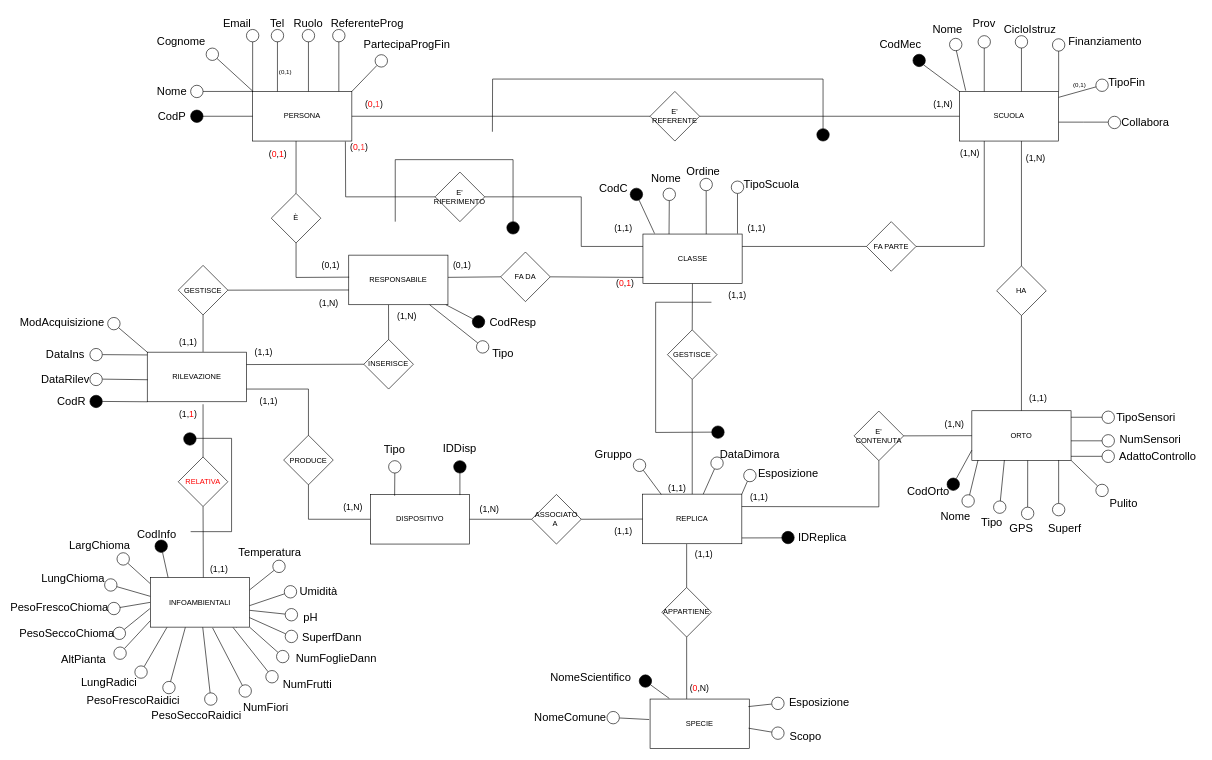
Earlier version of the draw.io diagram BD_ER_Restructured.drawio (pizzo-kyle/unige). Source tidied: cells renumbered, new cells numbered last; positions are measured from the earlier drawing's top-left corner, leaving out a move shared by most shapes. Both pictures are drawn from the tidied source at 62%, with x=0, y=0 at pixel (34, 11).
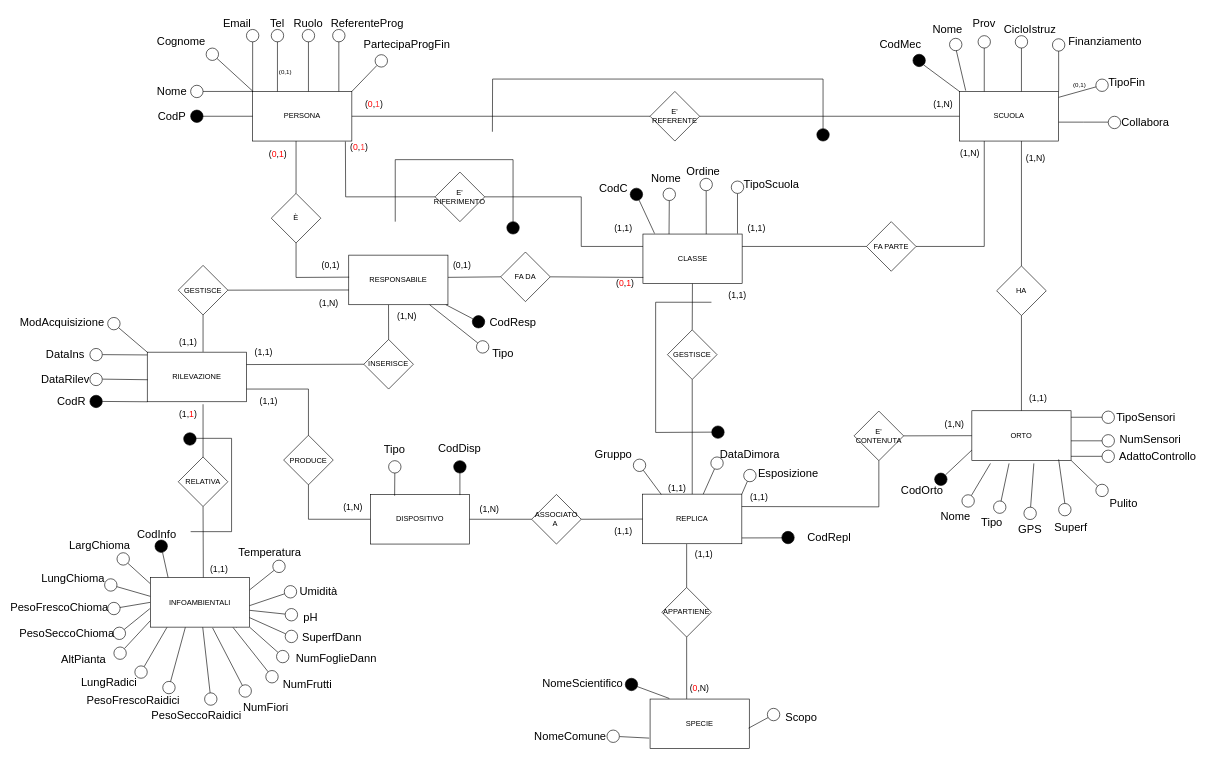
After the change.

The change refers to these unchanged cells:
```xml
<mxCell id="6" value="ORTO" style="rounded=0;whiteSpace=wrap;html=1;" parent="1" vertex="1">
  <mxGeometry x="1512" y="645" width="160" height="80" as="geometry" />
</mxCell>
<mxCell id="73" style="ellipse;whiteSpace=wrap;html=1;fillColor=#FFFFFF;direction=south;gradientColor=none;" parent="1" vertex="1">
  <mxGeometry x="1547" y="790.5" width="20" height="20" as="geometry" />
</mxCell>
<mxCell id="100" style="ellipse;whiteSpace=wrap;html=1;fillColor=#FFFFFF;direction=south;gradientColor=none;" parent="1" vertex="1">
  <mxGeometry x="1496" y="780.5" width="20" height="20" as="geometry" />
</mxCell>
<mxCell id="159" value="SPECIE" style="rounded=0;whiteSpace=wrap;html=1;" parent="1" vertex="1">
  <mxGeometry x="993" y="1110" width="160" height="80" as="geometry" />
</mxCell>
```

Change to the diagram source:
```diff
@@
-    <mxCell id="64" value="&lt;span style=&quot;font-size: 18px;&quot;&gt;IDReplica&lt;/span&gt;" style="text;html=1;strokeColor=none;fillColor=none;align=center;verticalAlign=middle;whiteSpace=wrap;rounded=0;" parent="1" vertex="1">
-      <mxGeometry x="1240.5" y="834.5" width="60" height="30" as="geometry" />
+    <mxCell id="64" value="&lt;span style=&quot;font-size: 18px;&quot;&gt;CodRepl&lt;/span&gt;" style="text;html=1;strokeColor=none;fillColor=none;align=center;verticalAlign=middle;whiteSpace=wrap;rounded=0;" parent="1" vertex="1">
+      <mxGeometry x="1240.5" y="834.5" width="81.5" height="30" as="geometry" />
     </mxCell>
@@
-    <mxCell id="72" style="endArrow=none;html=1;rounded=0;entryX=0.5;entryY=1;entryDx=0;entryDy=0;" parent="1" edge="1" source="73">
+    <mxCell id="72" style="endArrow=none;html=1;rounded=0;" parent="1" edge="1" source="73">
       <mxGeometry relative="1" as="geometry">
-        <mxPoint x="1564.5" y="724.5" as="targetPoint" />
+        <mxPoint x="1572" y="730" as="targetPoint" />
       </mxGeometry>
     </mxCell>
@@
-    <mxCell id="75" style="endArrow=none;html=1;rounded=0;entryX=0.563;entryY=1.002;entryDx=0;entryDy=0;entryPerimeter=0;" parent="1" edge="1" source="78" target="6">
-      <mxGeometry relative="1" as="geometry" />
+    <mxCell id="75" style="endArrow=none;html=1;rounded=0;" parent="1" edge="1" source="78">
+      <mxGeometry relative="1" as="geometry">
+        <mxPoint x="1612" y="730" as="targetPoint" />
+      </mxGeometry>
     </mxCell>
     <mxCell id="76" value="&lt;span style=&quot;font-size: 18px;&quot;&gt;GPS&lt;/span&gt;" style="text;html=1;strokeColor=none;fillColor=none;align=center;verticalAlign=middle;whiteSpace=wrap;rounded=0;" parent="1" vertex="1">
-      <mxGeometry x="1572" y="817.5" width="40" height="34" as="geometry" />
+      <mxGeometry x="1586" y="819.5" width="40" height="34" as="geometry" />
     </mxCell>
     <mxCell id="77" style="endArrow=none;html=1;rounded=0;exitX=0;exitY=0.5;exitDx=0;exitDy=0;" parent="1" edge="1" source="95">
       <mxGeometry relative="1" as="geometry">
-        <mxPoint x="1652" y="724.5" as="targetPoint" />
+        <mxPoint x="1652" y="723.5" as="targetPoint" />
       </mxGeometry>
     </mxCell>
     <mxCell id="78" style="ellipse;whiteSpace=wrap;html=1;fillColor=#FFFFFF;direction=south;gradientColor=none;" parent="1" vertex="1">
-      <mxGeometry x="1592" y="800.5" width="20" height="20" as="geometry" />
+      <mxGeometry x="1596" y="800.5" width="20" height="20" as="geometry" />
     </mxCell>
     <mxCell id="79" value="&lt;span style=&quot;font-size: 18px;&quot;&gt;Superf&lt;/span&gt;" style="text;html=1;strokeColor=none;fillColor=none;align=center;verticalAlign=middle;whiteSpace=wrap;rounded=0;" parent="1" vertex="1">
-      <mxGeometry x="1642" y="814.5" width="40" height="40" as="geometry" />
+      <mxGeometry x="1652" y="813.5" width="40" height="40" as="geometry" />
     </mxCell>
@@
     <mxCell id="95" style="ellipse;whiteSpace=wrap;html=1;fillColor=#FFFFFF;direction=south;gradientColor=none;" parent="1" vertex="1">
-      <mxGeometry x="1642" y="794.5" width="20" height="20" as="geometry" />
+      <mxGeometry x="1652" y="794.5" width="20" height="20" as="geometry" />
     </mxCell>
@@
-    <mxCell id="99" style="endArrow=none;html=1;rounded=0;exitX=1;exitY=0.5;exitDx=0;exitDy=0;" parent="1" edge="1" target="100">
+    <mxCell id="99" style="endArrow=none;html=1;rounded=0;" parent="1" edge="1" target="100">
       <mxGeometry relative="1" as="geometry">
-        <mxPoint x="1522" y="724.5" as="sourcePoint" />
+        <mxPoint x="1542" y="730" as="sourcePoint" />
       </mxGeometry>
     </mxCell>
@@
-    <mxCell id="144" value="&lt;span style=&quot;font-size: 18px;&quot;&gt;IDDisp&lt;/span&gt;" style="text;html=1;strokeColor=none;fillColor=none;align=center;verticalAlign=middle;whiteSpace=wrap;rounded=0;" parent="1" vertex="1">
+    <mxCell id="144" value="&lt;span style=&quot;font-size: 18px;&quot;&gt;CodDisp&lt;/span&gt;" style="text;html=1;strokeColor=none;fillColor=none;align=center;verticalAlign=middle;whiteSpace=wrap;rounded=0;" parent="1" vertex="1">
       <mxGeometry x="661.3" y="690.5" width="50" height="30" as="geometry" />
     </mxCell>
@@
     <mxCell id="160" value="&lt;span style=&quot;font-size: 18px;&quot;&gt;Scopo&lt;/span&gt;" style="text;html=1;strokeColor=none;fillColor=none;align=center;verticalAlign=middle;whiteSpace=wrap;rounded=0;" parent="1" vertex="1">
-      <mxGeometry x="1219" y="1155" width="50" height="30" as="geometry" />
+      <mxGeometry x="1212" y="1125" width="50" height="30" as="geometry" />
     </mxCell>
@@
-    <mxCell id="162" style="endArrow=none;html=1;rounded=0;entryX=0.991;entryY=0.152;entryDx=0;entryDy=0;entryPerimeter=0;" parent="1" edge="1" source="163" target="159">
-      <mxGeometry relative="1" as="geometry" />
-    </mxCell>
-    <mxCell id="163" style="ellipse;whiteSpace=wrap;html=1;fillColor=#FFFFFF;direction=south;gradientColor=none;" parent="1" vertex="1">
-      <mxGeometry x="1189.2" y="1107" width="20" height="20" as="geometry" />
-    </mxCell>
@@
     <mxCell id="165" style="ellipse;whiteSpace=wrap;html=1;fillColor=#FFFFFF;direction=south;gradientColor=none;" parent="1" vertex="1">
-      <mxGeometry x="1189.2" y="1155" width="20" height="20" as="geometry" />
+      <mxGeometry x="1182.2" y="1125" width="20" height="20" as="geometry" />
     </mxCell>
-    <mxCell id="166" style="endArrow=none;html=1;rounded=0;entryX=-0.009;entryY=0.413;entryDx=0;entryDy=0;entryPerimeter=0;" parent="1" edge="1" source="172" target="159">
-      <mxGeometry relative="1" as="geometry" />
+    <mxCell id="166" style="endArrow=none;html=1;rounded=0;entryX=-0.009;entryY=0.413;entryDx=0;entryDy=0;entryPerimeter=0;" parent="1" edge="1" source="172">
+      <mxGeometry relative="1" as="geometry">
+        <mxPoint x="991.6" y="1173" as="targetPoint" />
+      </mxGeometry>
     </mxCell>
     <mxCell id="167" style="ellipse;whiteSpace=wrap;html=1;fillColor=#000000;direction=south;gradientColor=none;" parent="1" vertex="1">
-      <mxGeometry x="975.5" y="1071" width="20" height="20" as="geometry" />
+      <mxGeometry x="953" y="1076.5" width="20" height="20" as="geometry" />
     </mxCell>
     <mxCell id="168" value="&lt;span style=&quot;font-size: 18px;&quot;&gt;NomeComune&lt;/span&gt;" style="text;html=1;strokeColor=none;fillColor=none;align=center;verticalAlign=middle;whiteSpace=wrap;rounded=0;" parent="1" vertex="1">
-      <mxGeometry x="832" y="1125" width="65" height="30" as="geometry" />
+      <mxGeometry x="832" y="1155" width="65" height="30" as="geometry" />
     </mxCell>
     <mxCell id="169" value="&lt;span style=&quot;font-size: 18px;&quot;&gt;NomeScientifico&lt;/span&gt;" style="text;html=1;strokeColor=none;fillColor=none;align=center;verticalAlign=middle;whiteSpace=wrap;rounded=0;" parent="1" vertex="1">
-      <mxGeometry x="865" y="1061" width="65" height="30" as="geometry" />
+      <mxGeometry x="852" y="1070" width="65" height="30" as="geometry" />
     </mxCell>
@@
     <mxCell id="172" style="ellipse;whiteSpace=wrap;html=1;fillColor=#FFFFFF;direction=south;gradientColor=none;" parent="1" vertex="1">
-      <mxGeometry x="923.5" y="1130" width="20" height="20" as="geometry" />
+      <mxGeometry x="923.5" y="1160" width="20" height="20" as="geometry" />
     </mxCell>
-    <mxCell id="173" value="&lt;span style=&quot;font-size: 18px;&quot;&gt;Esposizione&lt;/span&gt;" style="text;html=1;strokeColor=none;fillColor=none;align=center;verticalAlign=middle;whiteSpace=wrap;rounded=0;" parent="1" vertex="1">
-      <mxGeometry x="1240.5" y="1100" width="50" height="30" as="geometry" />
-    </mxCell>
@@
-    <mxCell id="222" value="&lt;font color=&quot;#ff0000&quot;&gt;RELATIVA&lt;/font&gt;" style="rhombus;whiteSpace=wrap;html=1;" parent="1" vertex="1">
+    <mxCell id="222" value="RELATIVA" style="rhombus;whiteSpace=wrap;html=1;" parent="1" vertex="1">
       <mxGeometry x="232" y="719.5" width="80" height="80" as="geometry" />
     </mxCell>
@@
     <mxCell id="268" style="ellipse;whiteSpace=wrap;html=1;fillColor=#000000;direction=south;gradientColor=none;" parent="1" vertex="1">
-      <mxGeometry x="1472" y="753.5" width="20" height="20" as="geometry" />
+      <mxGeometry x="1452" y="745.5" width="20" height="20" as="geometry" />
     </mxCell>
     <mxCell id="269" value="&lt;span style=&quot;font-size: 18px;&quot;&gt;CodOrto&lt;/span&gt;" style="text;html=1;strokeColor=none;fillColor=none;align=center;verticalAlign=middle;whiteSpace=wrap;rounded=0;" parent="1" vertex="1">
-      <mxGeometry x="1412" y="754.5" width="60" height="40" as="geometry" />
+      <mxGeometry x="1402" y="753.5" width="60" height="40" as="geometry" />
     </mxCell>
```
